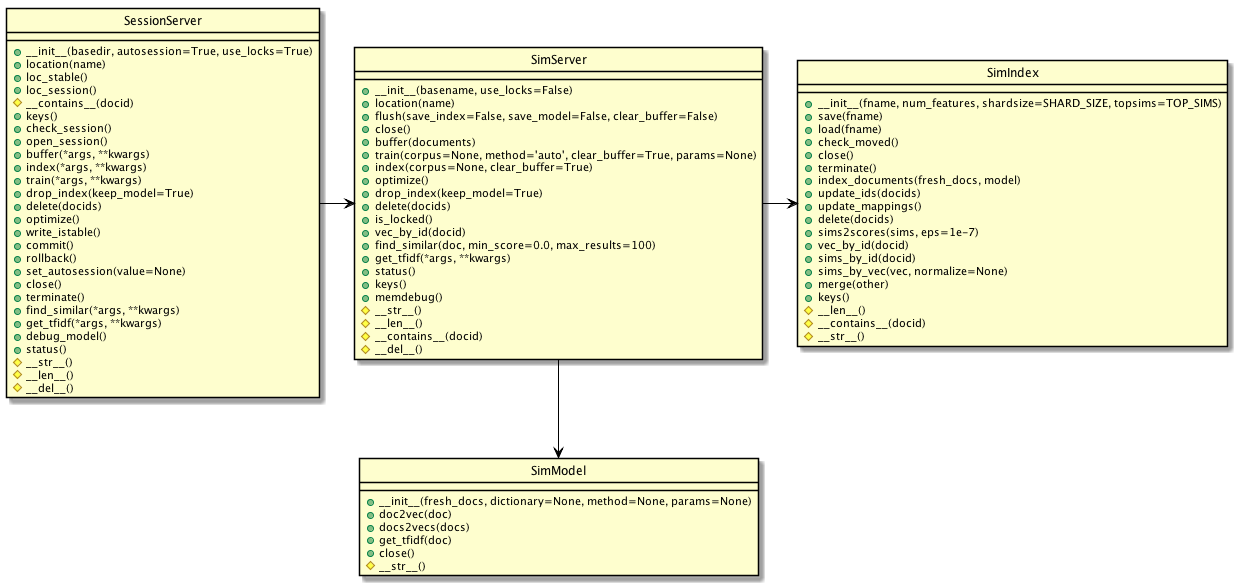
The PlantUML diagram docs/gensim-server.png in isleon/gensim-simserver, before a commit.
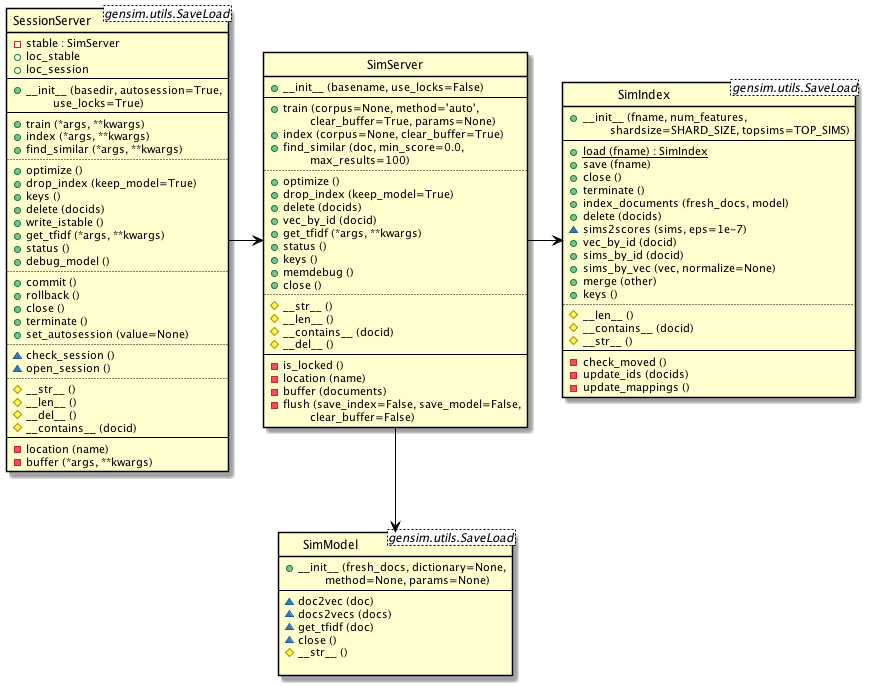
The same file after the commit.

Commit message:
docs: 更新类图格式

Diff of the diagram source:
```diff
@@ -5,90 +5,112 @@
 skinparam stereotypeCBackgroundColor Gray
 hide circle
 
-class SimIndex {
-    +__init__(fname, num_features, shardsize=SHARD_SIZE, topsims=TOP_SIMS)
-    +save(fname)
-    +load(fname)
-    +check_moved()
-    +close()
-    +terminate()
-    +index_documents(fresh_docs, model)
-    +update_ids(docids)
-    +update_mappings()
-    +delete(docids)
-    +sims2scores(sims, eps=1e-7)
-    +vec_by_id(docid)
-    +sims_by_id(docid)
-    +sims_by_vec(vec, normalize=None)
-    +merge(other)
-    +keys()
-    #__len__()
-    #__contains__(docid)
-    #__str__()
+class SimIndex <gensim.utils.SaveLoad> {
+    +__init__ (fname, num_features,
+        \t shardsize=SHARD_SIZE, topsims=TOP_SIMS)
+    --
+    +{static}load (fname) : SimIndex
+    +save (fname)
+    +close ()
+    +terminate ()
+    +index_documents (fresh_docs, model)
+    +delete (docids)
+    ~sims2scores (sims, eps=1e-7)
+    +vec_by_id (docid)
+    +sims_by_id (docid)
+    +sims_by_vec (vec, normalize=None)
+    +merge (other)
+    +keys ()
+    ..
+    #__len__ ()
+    #__contains__ (docid)
+    #__str__ ()
+    --
+    -check_moved ()
+    -update_ids (docids)
+    -update_mappings ()
 }
 
-class SimModel {
-    +__init__(fresh_docs, dictionary=None, method=None, params=None)
-    +doc2vec(doc)
-    +docs2vecs(docs)
-    +get_tfidf(doc)
-    +close()
-    #__str__()
+class SimModel <gensim.utils.SaveLoad> {
+    +__init__ (fresh_docs, dictionary=None,
+        \t method=None, params=None)
+    --
+    ~doc2vec (doc)
+    ~docs2vecs (docs)
+    ~get_tfidf (doc)
+    ~close ()
+    #__str__ ()
 
 }
 
 class SimServer {
-    +__init__(basename, use_locks=False)
-    +location(name)
-    +flush(save_index=False, save_model=False, clear_buffer=False)
-    +close()
-    +buffer(documents)
-    +train(corpus=None, method='auto', clear_buffer=True, params=None)
-    +index(corpus=None, clear_buffer=True)
-    +optimize()
-    +drop_index(keep_model=True)
-    +delete(docids)
-    +is_locked()
-    +vec_by_id(docid)
-    +find_similar(doc, min_score=0.0, max_results=100)
-    +get_tfidf(*args, **kwargs)
-    +status()
-    +keys()
-    +memdebug()
-    #__str__()
-    #__len__()
-    #__contains__(docid)
-    #__del__()
+    +__init__ (basename, use_locks=False)
+    --
+    +train (corpus=None, method='auto',
+        \t clear_buffer=True, params=None)
+    +index (corpus=None, clear_buffer=True)
+    +find_similar (doc, min_score=0.0,
+        \t max_results=100)
+    ..
+    +optimize ()
+    +drop_index (keep_model=True)
+    +delete (docids)
+    +vec_by_id (docid)
+    +get_tfidf (*args, **kwargs)
+    +status ()
+    +keys ()
+    +memdebug ()
+    +close ()
+    ..
+    #__str__ ()
+    #__len__ ()
+    #__contains__ (docid)
+    #__del__ ()
+    --
+    -is_locked ()
+    -location (name)
+    -buffer (documents)
+    -flush (save_index=False, save_model=False,
+        \t clear_buffer=False)
 }
 
-class SessionServer {
-    +__init__(basedir, autosession=True, use_locks=True)
-    +location(name)
-    +loc_stable()
-    +loc_session()
-    #__contains__(docid)
-    +keys()
-    +check_session()
-    +open_session()
-    +buffer(*args, **kwargs)
-    +index(*args, **kwargs)
-    +train(*args, **kwargs)
-    +drop_index(keep_model=True)
-    +delete(docids)
-    +optimize()
-    +write_istable()
-    +commit()
-    +rollback()
-    +set_autosession(value=None)
-    +close()
-    +terminate()
-    +find_similar(*args, **kwargs)
-    +get_tfidf(*args, **kwargs)
-    +debug_model()
-    +status()
-    #__str__()
-    #__len__()
-    #__del__()
+class SessionServer <gensim.utils.SaveLoad> {
+    -stable : SimServer
+    +loc_stable
+    +loc_session
+    --
+    +__init__ (basedir, autosession=True,
+        \t use_locks=True)
+    --
+    +train (*args, **kwargs)
+    +index (*args, **kwargs)
+    +find_similar (*args, **kwargs)
+    ..
+    +optimize ()
+    +drop_index (keep_model=True)
+    +keys ()
+    +delete (docids)
+    +write_istable ()
+    +get_tfidf (*args, **kwargs)
+    +status ()
+    +debug_model ()
+    ..
+    +commit ()
+    +rollback ()
+    +close ()
+    +terminate ()
+    +set_autosession (value=None)
+    ..
+    ~check_session ()
+    ~open_session ()
+    ..
+    #__str__ ()
+    #__len__ ()
+    #__del__ ()
+    #__contains__ (docid)
+    --
+    -location (name)
+    -buffer (*args, **kwargs)
 }
 
 SessionServer -r-> SimServer
```
